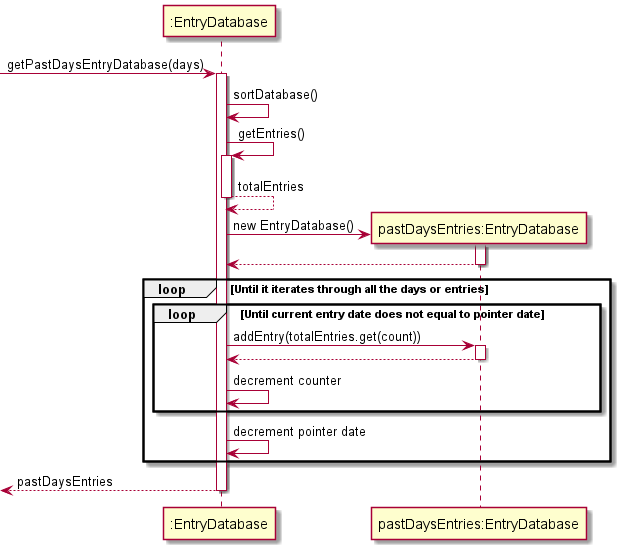
Earlier version of the PlantUML export docs/diagrams-DG/EntryDatabase_getPastDaysEntryDatabase_Seq.png (praj-bellakka/tp).
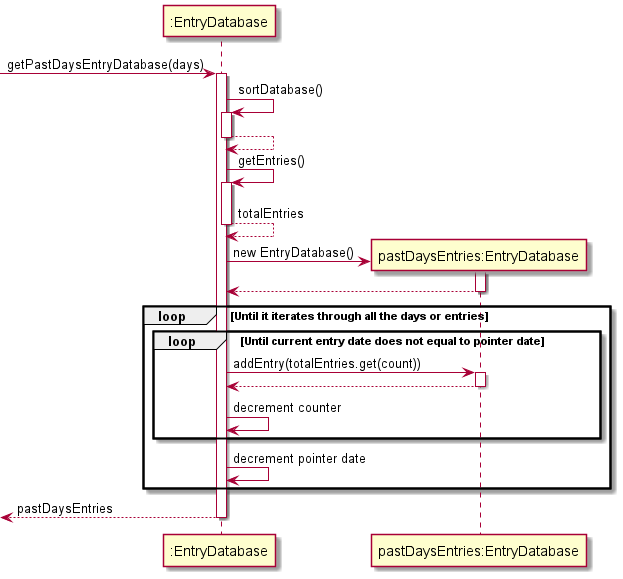
The same diagram one commit later.

Diff of the diagram source:
```diff
@@ -4,6 +4,8 @@
 activate ":EntryDatabase"
 
 ":EntryDatabase" -> ":EntryDatabase": sortDatabase()
+activate ":EntryDatabase"
+return
 
 ":EntryDatabase" -> ":EntryDatabase": getEntries()
 activate ":EntryDatabase"
```
